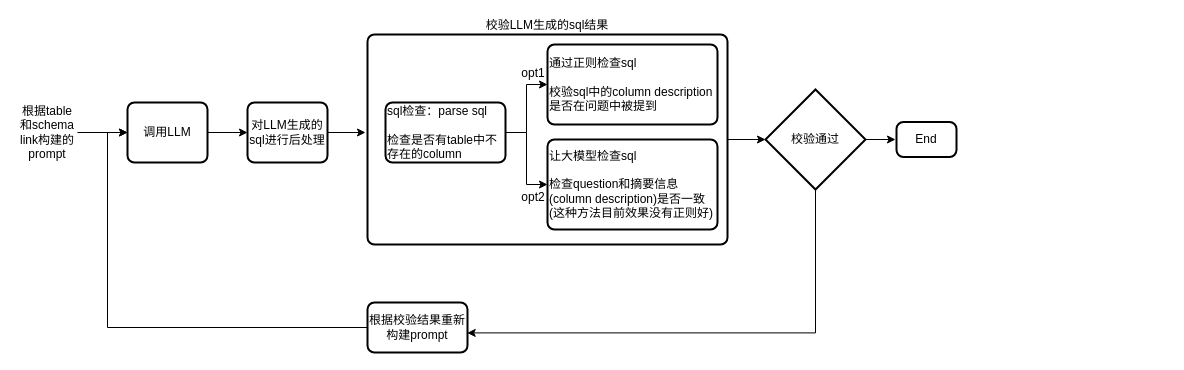
This is page "sql校验" (4 of 5) of NL2SQL_LLM.drawio from CindyZX/drawio_figures, a draw.io file, before an edit. Source tidied: cells renumbered, new cells numbered last; positions are measured from the earlier drawing's top-left corner, leaving out a move shared by most shapes. Both pictures are drawn from the tidied source at 100%, with x=0, y=0 at pixel (17, 34).
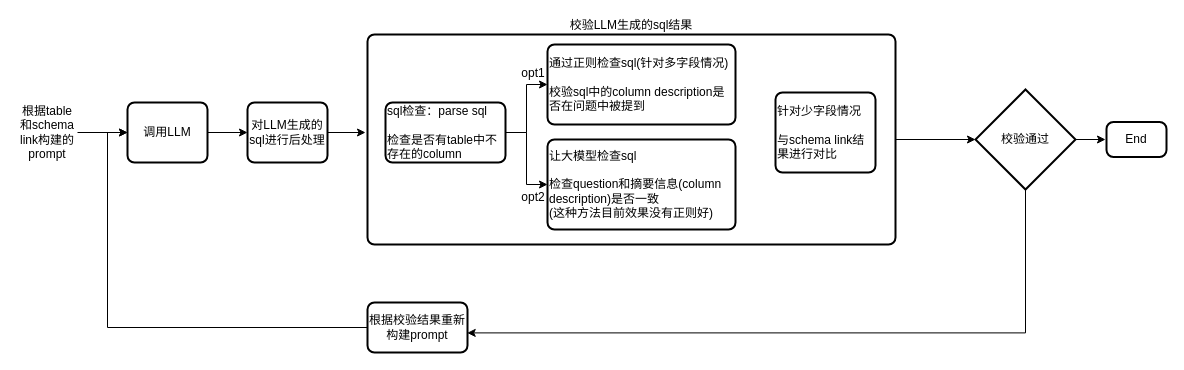
Above is the later version.

Change to the diagram source:
```diff
@@
     <mxCell id="3" value="校验LLM生成的sql结果" style="rounded=1;whiteSpace=wrap;html=1;absoluteArcSize=1;arcSize=14;strokeWidth=2;labelPosition=center;verticalLabelPosition=top;align=center;verticalAlign=bottom;" parent="1" vertex="1">
-      <mxGeometry x="350" width="360" height="210" as="geometry" />
+      <mxGeometry x="350" width="528" height="210" as="geometry" />
     </mxCell>
@@
-    <mxCell id="15" value="通过正则检查sql&lt;br&gt;&lt;br&gt;&lt;div style=&quot;&quot;&gt;校验sql中的column description是否在问题中被提到&lt;/div&gt;" style="rounded=1;whiteSpace=wrap;html=1;absoluteArcSize=1;arcSize=14;strokeWidth=2;labelPosition=center;verticalLabelPosition=middle;align=left;verticalAlign=middle;" parent="1" vertex="1">
-      <mxGeometry x="530" y="10" width="170" height="80" as="geometry" />
+    <mxCell id="15" value="通过正则检查sql(针对多字段情况)&lt;br&gt;&lt;br&gt;&lt;div style=&quot;&quot;&gt;校验sql中的column description是否在问题中被提到&lt;/div&gt;" style="rounded=1;whiteSpace=wrap;html=1;absoluteArcSize=1;arcSize=14;strokeWidth=2;labelPosition=center;verticalLabelPosition=middle;align=left;verticalAlign=middle;" parent="1" vertex="1">
+      <mxGeometry x="530" y="10" width="188" height="80" as="geometry" />
     </mxCell>
     <mxCell id="16" value="让大模型检查sql&lt;br&gt;&lt;br&gt;&lt;div style=&quot;&quot;&gt;检查question和摘要信息(column description)是否一致&lt;/div&gt;&lt;div style=&quot;&quot;&gt;(这种方法目前效果没有正则好)&lt;/div&gt;" style="rounded=1;whiteSpace=wrap;html=1;absoluteArcSize=1;arcSize=14;strokeWidth=2;labelPosition=center;verticalLabelPosition=middle;align=left;verticalAlign=middle;" parent="1" vertex="1">
-      <mxGeometry x="530" y="105" width="170" height="90" as="geometry" />
+      <mxGeometry x="530" y="105" width="188" height="90" as="geometry" />
     </mxCell>
     <mxCell id="17" style="edgeStyle=orthogonalEdgeStyle;rounded=0;jettySize=auto;html=1;exitX=1;exitY=0.5;exitDx=0;exitDy=0;exitPerimeter=0;" parent="1" edge="1" source="18">
       <mxGeometry relative="1" as="geometry">
-        <mxPoint x="878" y="104.9" as="targetPoint" />
+        <mxPoint x="1088" y="104.9" as="targetPoint" />
       </mxGeometry>
     </mxCell>
     <mxCell id="18" value="校验通过" style="strokeWidth=2;html=1;shape=mxgraph.flowchart.decision;whiteSpace=wrap;" parent="1" vertex="1">
-      <mxGeometry x="748" y="55" width="100" height="100" as="geometry" />
+      <mxGeometry x="958" y="55" width="100" height="100" as="geometry" />
     </mxCell>
@@
     <mxCell id="22" value="End" style="rounded=1;whiteSpace=wrap;html=1;absoluteArcSize=1;arcSize=14;strokeWidth=2;" parent="1" vertex="1">
-      <mxGeometry x="879" y="87.5" width="60" height="35" as="geometry" />
+      <mxGeometry x="1089" y="87.5" width="60" height="35" as="geometry" />
     </mxCell>
+    <mxCell id="23" value="针对少字段情况&lt;br&gt;&lt;br&gt;与schema link结果进行对比" style="rounded=1;whiteSpace=wrap;html=1;absoluteArcSize=1;arcSize=14;strokeWidth=2;align=left;" parent="1" vertex="1">
+      <mxGeometry x="758" y="58" width="100" height="80" as="geometry" />
+    </mxCell>
```
